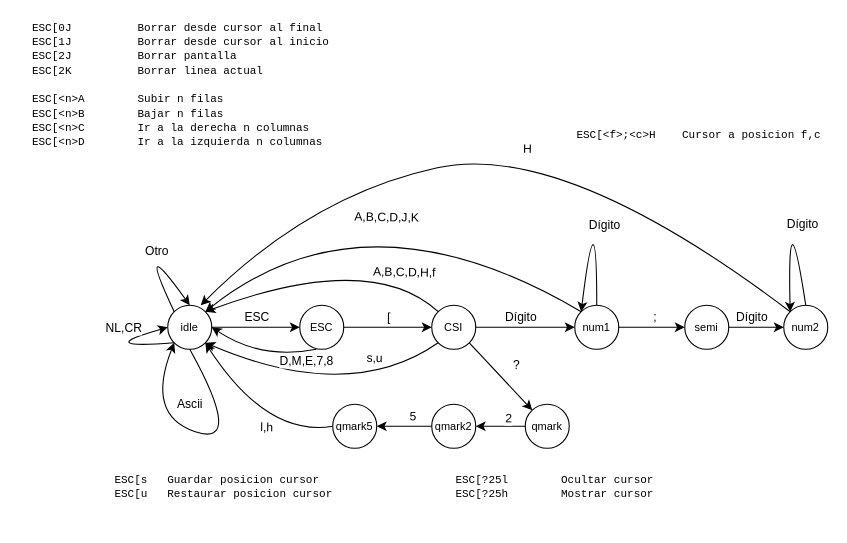
The draw.io diagram documents/automata vt100.drawio in titos-carrasco/PicoDVI_TerminalEmulator, before the edit. Source tidied: cells renumbered, new cells numbered last; positions are measured from the earlier drawing's top-left corner, leaving out a move shared by most shapes. Both pictures are drawn from the tidied source at 110%, with x=0, y=0 at pixel (30, 19).
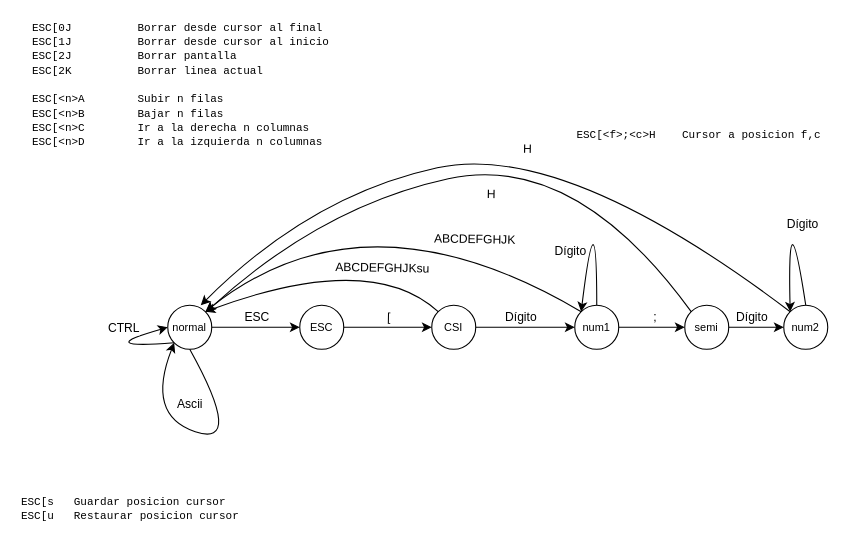
The same diagram, later.

Commit message:
Actualiza diagrama

Unchanged cells that the change refers to:
```xml
<mxCell id="4" value="CSI" style="ellipse;whiteSpace=wrap;html=1;fontSize=10;" parent="1" vertex="1">
  <mxGeometry x="365" y="260" width="40" height="40" as="geometry" />
</mxCell>
<mxCell id="11" style="endArrow=classic;html=1;curved=1;exitX=0;exitY=1;exitDx=0;exitDy=0;" parent="1" edge="1" source="2">
  <mxGeometry relative="1" as="geometry">
    <mxPoint x="125" y="280" as="targetPoint" />
    <Array as="points">
      <mxPoint x="55" y="300" />
    </Array>
  </mxGeometry>
</mxCell>
<mxCell id="19" style="endArrow=classic;html=1;curved=1;entryX=0;entryY=0;entryDx=0;entryDy=0;exitX=0.5;exitY=0;exitDx=0;exitDy=0;" parent="1" edge="1" source="5" target="5">
  <mxGeometry relative="1" as="geometry">
    <Array as="points">
      <mxPoint x="515" y="150" />
    </Array>
  </mxGeometry>
</mxCell>
<mxCell id="23" style="endArrow=classic;html=1;curved=1;exitX=0;exitY=0;exitDx=0;exitDy=0;entryX=1;entryY=0;entryDx=0;entryDy=0;" parent="1" edge="1" source="5" target="2">
  <mxGeometry relative="1" as="geometry">
    <Array as="points">
      <mxPoint x="305" y="150" />
    </Array>
  </mxGeometry>
</mxCell>
<mxCell id="33" value="semi" style="ellipse;whiteSpace=wrap;html=1;fontSize=10;" parent="1" vertex="1">
  <mxGeometry x="595" y="260" width="40" height="40" as="geometry" />
</mxCell>
<mxCell id="49" style="endArrow=classic;html=1;curved=1;exitX=0;exitY=0;exitDx=0;exitDy=0;entryX=1;entryY=0;entryDx=0;entryDy=0;" parent="1" edge="1" source="4" target="2">
  <mxGeometry relative="1" as="geometry">
    <Array as="points">
      <mxPoint x="310" y="210" />
    </Array>
  </mxGeometry>
</mxCell>
```

What changed in the source:
```diff
@@
-    <mxCell id="2" value="idle" style="ellipse;whiteSpace=wrap;html=1;fontSize=10;" parent="1" vertex="1">
+    <mxCell id="2" value="normal" style="ellipse;whiteSpace=wrap;html=1;fontSize=10;" parent="1" vertex="1">
       <mxGeometry x="125" y="260" width="40" height="40" as="geometry" />
     </mxCell>
-    <mxCell id="3" value="qmark" style="ellipse;whiteSpace=wrap;html=1;fontSize=10;" parent="1" vertex="1">
-      <mxGeometry x="450" y="350" width="40" height="40" as="geometry" />
-    </mxCell>
@@
-    <mxCell id="12" value="NL,CR" style="edgeLabel;html=1;align=center;verticalAlign=middle;" parent="11" vertex="1">
+    <mxCell id="12" value="CTRL" style="edgeLabel;html=1;align=center;verticalAlign=middle;" parent="11" vertex="1">
       <mxGeometry x="0.59" y="-2" relative="1" as="geometry">
         <mxPoint x="-11" y="-10" as="offset" />
       </mxGeometry>
     </mxCell>
@@
-    <mxCell id="15" style="endArrow=classic;html=1;curved=1;entryX=0.5;entryY=0;entryDx=0;entryDy=0;exitX=0;exitY=0;exitDx=0;exitDy=0;" parent="1" edge="1" source="2" target="2">
-      <mxGeometry relative="1" as="geometry">
-        <Array as="points">
-          <mxPoint x="95" y="190" />
-        </Array>
-      </mxGeometry>
-    </mxCell>
-    <mxCell id="16" value="Otro" style="edgeLabel;html=1;align=center;verticalAlign=middle;" parent="15" vertex="1">
-      <mxGeometry x="0.66" y="-3" relative="1" as="geometry">
-        <mxPoint x="-11" y="-28" as="offset" />
-      </mxGeometry>
-    </mxCell>
@@
     <mxCell id="20" value="Dígito" style="edgeLabel;html=1;align=center;verticalAlign=middle;" parent="19" vertex="1">
       <mxGeometry x="-0.44" y="-4" relative="1" as="geometry">
-        <mxPoint x="2" y="-11" as="offset" />
+        <mxPoint x="-29" y="13" as="offset" />
       </mxGeometry>
     </mxCell>
-    <mxCell id="21" style="endArrow=classic;html=1;curved=1;exitX=1;exitY=1;exitDx=0;exitDy=0;" parent="1" edge="1" source="4" target="3">
-      <mxGeometry relative="1" as="geometry" />
-    </mxCell>
-    <mxCell id="22" value="?" style="edgeLabel;html=1;align=center;verticalAlign=middle;" parent="21" vertex="1">
-      <mxGeometry x="-0.44" y="-4" relative="1" as="geometry">
-        <mxPoint x="30" as="offset" />
-      </mxGeometry>
-    </mxCell>
@@
-    <mxCell id="24" value="A,B,C,D,J,K" style="edgeLabel;html=1;align=center;verticalAlign=middle;rotation=1;" parent="23" vertex="1">
+    <mxCell id="24" value="ABCDEFGHJK" style="edgeLabel;html=1;align=center;verticalAlign=middle;rotation=1;" parent="23" vertex="1">
       <mxGeometry x="-0.46" y="1" relative="1" as="geometry">
-        <mxPoint x="-80" y="-30" as="offset" />
+        <mxPoint y="-10" as="offset" />
       </mxGeometry>
     </mxCell>
-    <mxCell id="25" value="qmark2" style="ellipse;whiteSpace=wrap;html=1;fontSize=10;" parent="1" vertex="1">
-      <mxGeometry x="365" y="350" width="40" height="40" as="geometry" />
-    </mxCell>
-    <mxCell id="26" value="qmark5" style="ellipse;whiteSpace=wrap;html=1;fontSize=10;" parent="1" vertex="1">
-      <mxGeometry x="275" y="350" width="40" height="40" as="geometry" />
-    </mxCell>
-    <mxCell id="27" style="endArrow=classic;html=1;curved=1;exitX=0;exitY=0.5;exitDx=0;exitDy=0;entryX=1;entryY=0.5;entryDx=0;entryDy=0;" parent="1" edge="1" source="3" target="25">
-      <mxGeometry relative="1" as="geometry" />
-    </mxCell>
-    <mxCell id="28" value="2" style="edgeLabel;html=1;align=center;verticalAlign=middle;rotation=1;" parent="27" vertex="1">
-      <mxGeometry x="-0.46" y="1" relative="1" as="geometry">
-        <mxPoint x="-3" y="-9" as="offset" />
-      </mxGeometry>
-    </mxCell>
-    <mxCell id="29" style="endArrow=classic;html=1;curved=1;exitX=0;exitY=0.5;exitDx=0;exitDy=0;entryX=1;entryY=0.5;entryDx=0;entryDy=0;" parent="1" edge="1" source="25" target="26">
-      <mxGeometry relative="1" as="geometry" />
-    </mxCell>
-    <mxCell id="30" value="5" style="edgeLabel;html=1;align=center;verticalAlign=middle;rotation=1;" parent="29" vertex="1">
-      <mxGeometry x="-0.46" y="1" relative="1" as="geometry">
-        <mxPoint x="-3" y="-11" as="offset" />
-      </mxGeometry>
-    </mxCell>
-    <mxCell id="31" style="endArrow=classic;html=1;curved=1;entryX=1;entryY=1;entryDx=0;entryDy=0;exitX=0;exitY=0.5;exitDx=0;exitDy=0;" parent="1" edge="1" source="26" target="2">
-      <mxGeometry relative="1" as="geometry">
-        <Array as="points">
-          <mxPoint x="215" y="380" />
-        </Array>
-      </mxGeometry>
-    </mxCell>
-    <mxCell id="32" value="l,h" style="edgeLabel;html=1;align=center;verticalAlign=middle;rotation=1;" parent="31" vertex="1">
-      <mxGeometry x="-0.46" y="1" relative="1" as="geometry">
-        <mxPoint x="-17" y="-8" as="offset" />
-      </mxGeometry>
-    </mxCell>
@@
-    <mxCell id="43" style="endArrow=classic;html=1;curved=1;exitX=0;exitY=1;exitDx=0;exitDy=0;entryX=1;entryY=1;entryDx=0;entryDy=0;" parent="1" edge="1" source="4" target="2">
-      <mxGeometry relative="1" as="geometry">
-        <Array as="points">
-          <mxPoint x="290.9" y="350" />
-        </Array>
-      </mxGeometry>
-    </mxCell>
-    <mxCell id="44" value="s,u" style="edgeLabel;html=1;align=center;verticalAlign=middle;rotation=1;" parent="43" vertex="1">
-      <mxGeometry x="-0.46" y="1" relative="1" as="geometry">
-        <mxPoint x="-6" y="-25" as="offset" />
-      </mxGeometry>
-    </mxCell>
     <mxCell id="45" value="&lt;font face=&quot;Courier New&quot;&gt;ESC[s&lt;span style=&quot;white-space: pre;&quot;&gt;&#9;&lt;/span&gt;Guardar posicion cursor&lt;br&gt;ESC[u&lt;span style=&quot;white-space: pre;&quot;&gt;&#9;&lt;/span&gt;Restaurar posicion cursor&lt;/font&gt;" style="text;html=1;strokeColor=none;fillColor=none;align=left;verticalAlign=middle;whiteSpace=wrap;rounded=0;fontSize=10;" parent="1" vertex="1">
-      <mxGeometry x="75" y="410" width="230" height="30" as="geometry" />
+      <mxGeometry x="-10" y="430" width="230" height="30" as="geometry" />
     </mxCell>
-    <mxCell id="46" value="&lt;font face=&quot;Courier New&quot;&gt;ESC[?25l&lt;span style=&quot;white-space: pre;&quot;&gt;&#9;&lt;/span&gt;Ocultar cursor&lt;br&gt;ESC[?25h&lt;span style=&quot;white-space: pre;&quot;&gt;&#9;&lt;/span&gt;Mostrar cursor&lt;/font&gt;" style="text;html=1;strokeColor=none;fillColor=none;align=left;verticalAlign=middle;whiteSpace=wrap;rounded=0;fontSize=10;" parent="1" vertex="1">
-      <mxGeometry x="385" y="410" width="230" height="30" as="geometry" />
-    </mxCell>
@@
-    <mxCell id="50" value="A,B,C,D,H,f" style="edgeLabel;html=1;align=center;verticalAlign=middle;rotation=1;" parent="49" vertex="1">
+    <mxCell id="50" value="ABCDEFGHJKsu" style="edgeLabel;html=1;align=center;verticalAlign=middle;rotation=1;" parent="49" vertex="1">
       <mxGeometry x="-0.46" y="1" relative="1" as="geometry">
-        <mxPoint x="18" y="8" as="offset" />
+        <mxPoint x="-2" y="4" as="offset" />
       </mxGeometry>
     </mxCell>
-    <mxCell id="51" style="endArrow=classic;html=1;curved=1;entryX=1;entryY=0.5;entryDx=0;entryDy=0;" parent="1" edge="1" target="2">
-      <mxGeometry relative="1" as="geometry">
-        <mxPoint x="260" y="300" as="sourcePoint" />
-        <Array as="points">
-          <mxPoint x="210" y="310" />
-        </Array>
-      </mxGeometry>
-    </mxCell>
-    <mxCell id="52" value="D,M,E,7,8" style="edgeLabel;html=1;align=center;verticalAlign=middle;" parent="51" vertex="1">
-      <mxGeometry x="-0.32" y="2" relative="1" as="geometry">
-        <mxPoint x="25" y="1" as="offset" />
-      </mxGeometry>
-    </mxCell>
+    <mxCell id="53" style="endArrow=classic;html=1;curved=1;exitX=0;exitY=0;exitDx=0;exitDy=0;" parent="1" edge="1" source="33">
+      <mxGeometry relative="1" as="geometry">
+        <mxPoint x="160" y="266" as="targetPoint" />
+        <Array as="points">
+          <mxPoint x="495" y="120" />
+          <mxPoint x="265" y="170" />
+        </Array>
+      </mxGeometry>
+    </mxCell>
+    <mxCell id="54" value="H" style="edgeLabel;html=1;align=center;verticalAlign=middle;rotation=1;" parent="53" vertex="1">
+      <mxGeometry x="-0.46" y="1" relative="1" as="geometry">
+        <mxPoint x="-93" y="14" as="offset" />
+      </mxGeometry>
+    </mxCell>
```
